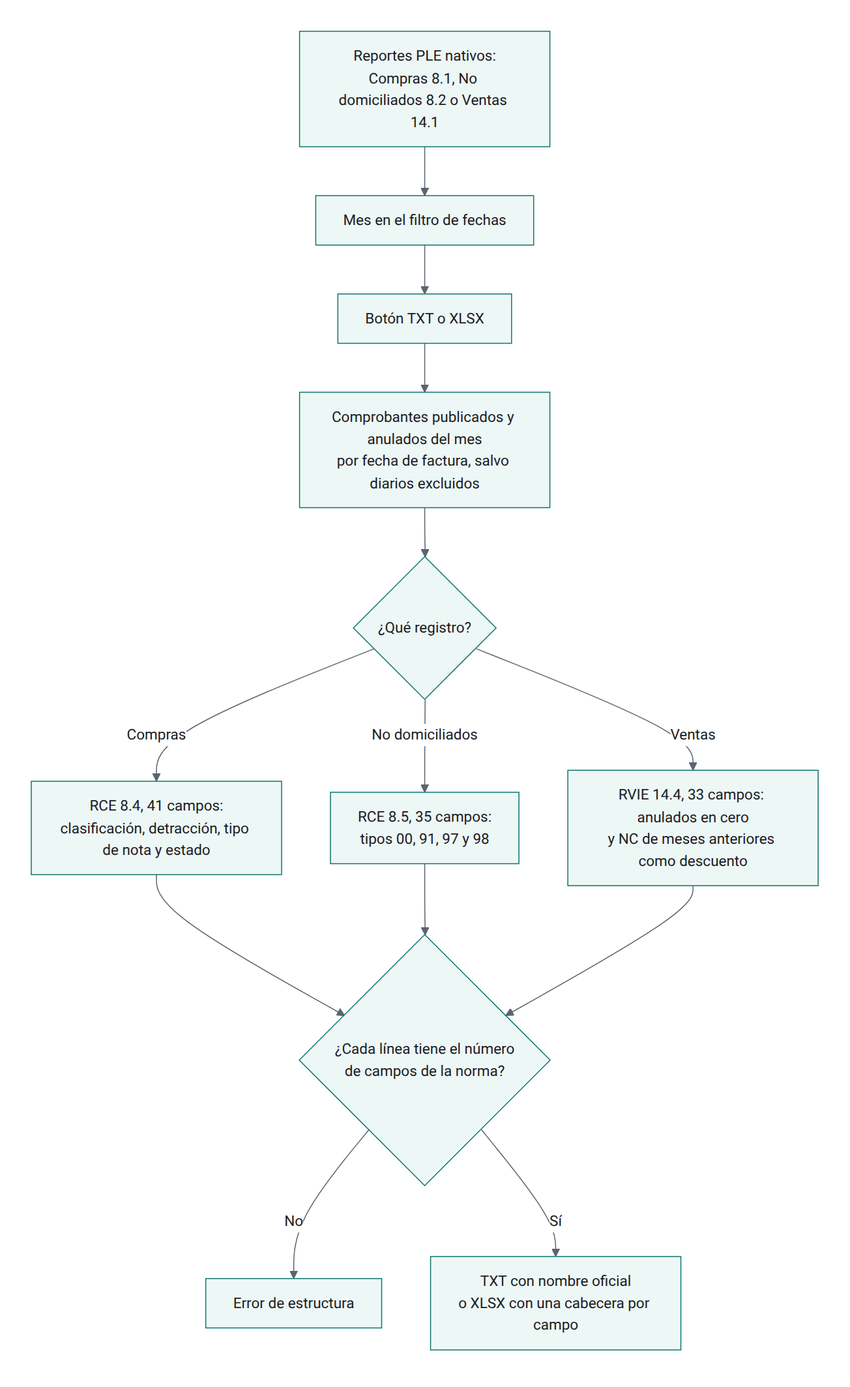
This is OL-ACCOUNTING/al_l10n_pe_ple/static/description/diagramas/sire.png from olanoit/ol_new_apps, a Mermaid export, as it was before one commit. Its source is kept beside it as OL-ACCOUNTING/al_l10n_pe_ple/static/description/diagramas/sire.mmd. The source it was exported from:
```mermaid
flowchart TD
  A[Reportes PLE nativos:<br/>Compras 8.1, No domiciliados 8.2 o Ventas 14.1] --> B[Mes en el filtro de fechas]
  B --> C[Botón TXT o XLSX]
  C --> D[Comprobantes publicados y anulados del mes<br/>por fecha de factura, salvo diarios excluidos]
  D --> E{¿Qué registro?}
  E -- "Compras" --> F[RCE 8.4, 41 campos:<br/>clasificación, detracción, tipo de nota y estado]
  E -- "No domiciliados" --> G[RCE 8.5, 35 campos:<br/>tipos 00, 91, 97 y 98]
  E -- "Ventas" --> H[RVIE 14.4, 33 campos: anulados en cero<br/>y NC de meses anteriores como descuento]
  F --> I{¿Cada línea tiene el número<br/>de campos de la norma?}
  G --> I
  H --> I
  I -- No --> X[Error de estructura]
  I -- Sí --> J[TXT con nombre oficial<br/>o XLSX con una cabecera por campo]
```
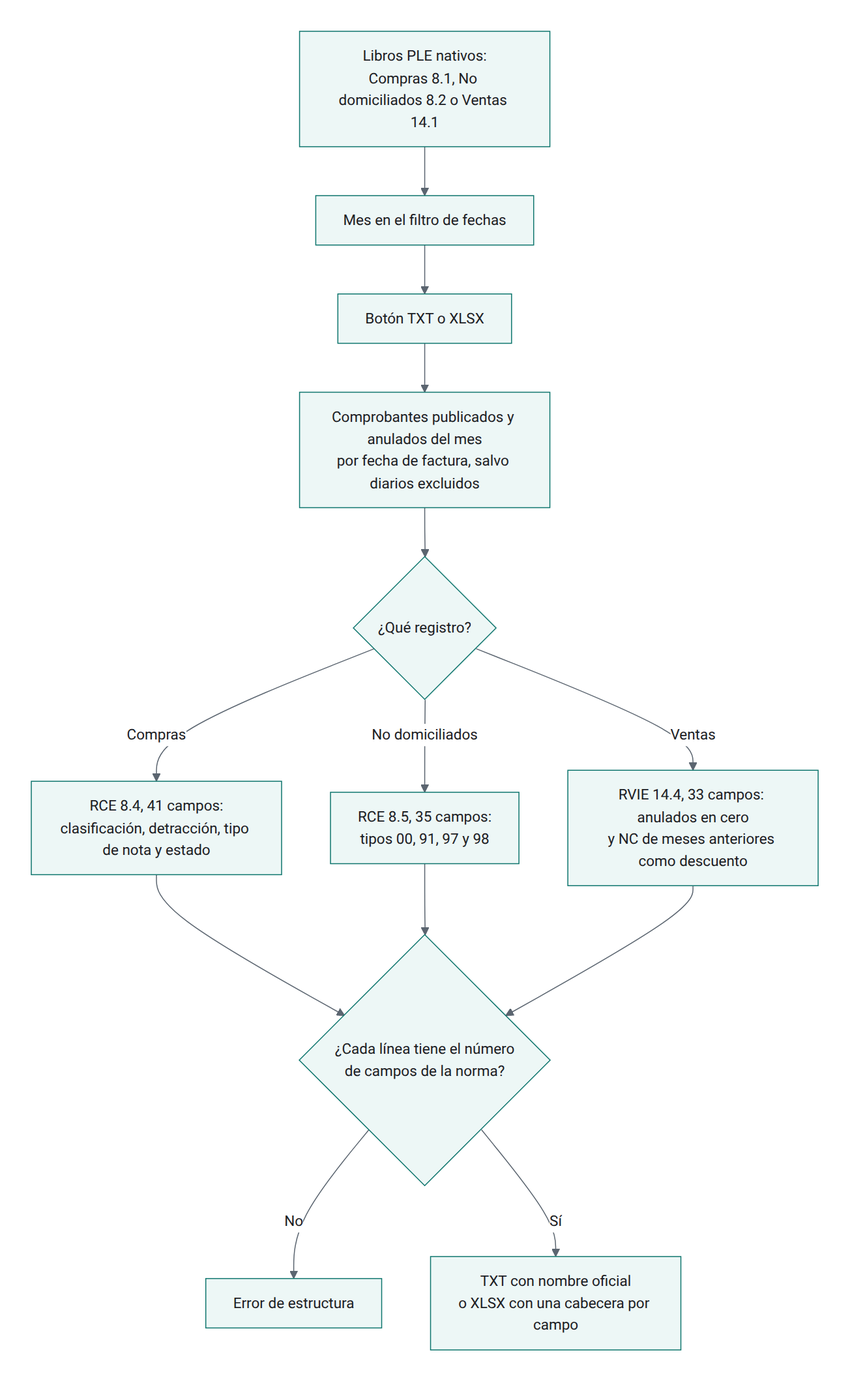
After the commit.

The edit, as a diff of the source:
```diff
@@ -1,5 +1,5 @@
 flowchart TD
-  A[Reportes PLE nativos:<br/>Compras 8.1, No domiciliados 8.2 o Ventas 14.1] --> B[Mes en el filtro de fechas]
+  A[Libros PLE nativos:<br/>Compras 8.1, No domiciliados 8.2 o Ventas 14.1] --> B[Mes en el filtro de fechas]
   B --> C[Botón TXT o XLSX]
   C --> D[Comprobantes publicados y anulados del mes<br/>por fecha de factura, salvo diarios excluidos]
   D --> E{¿Qué registro?}
```
